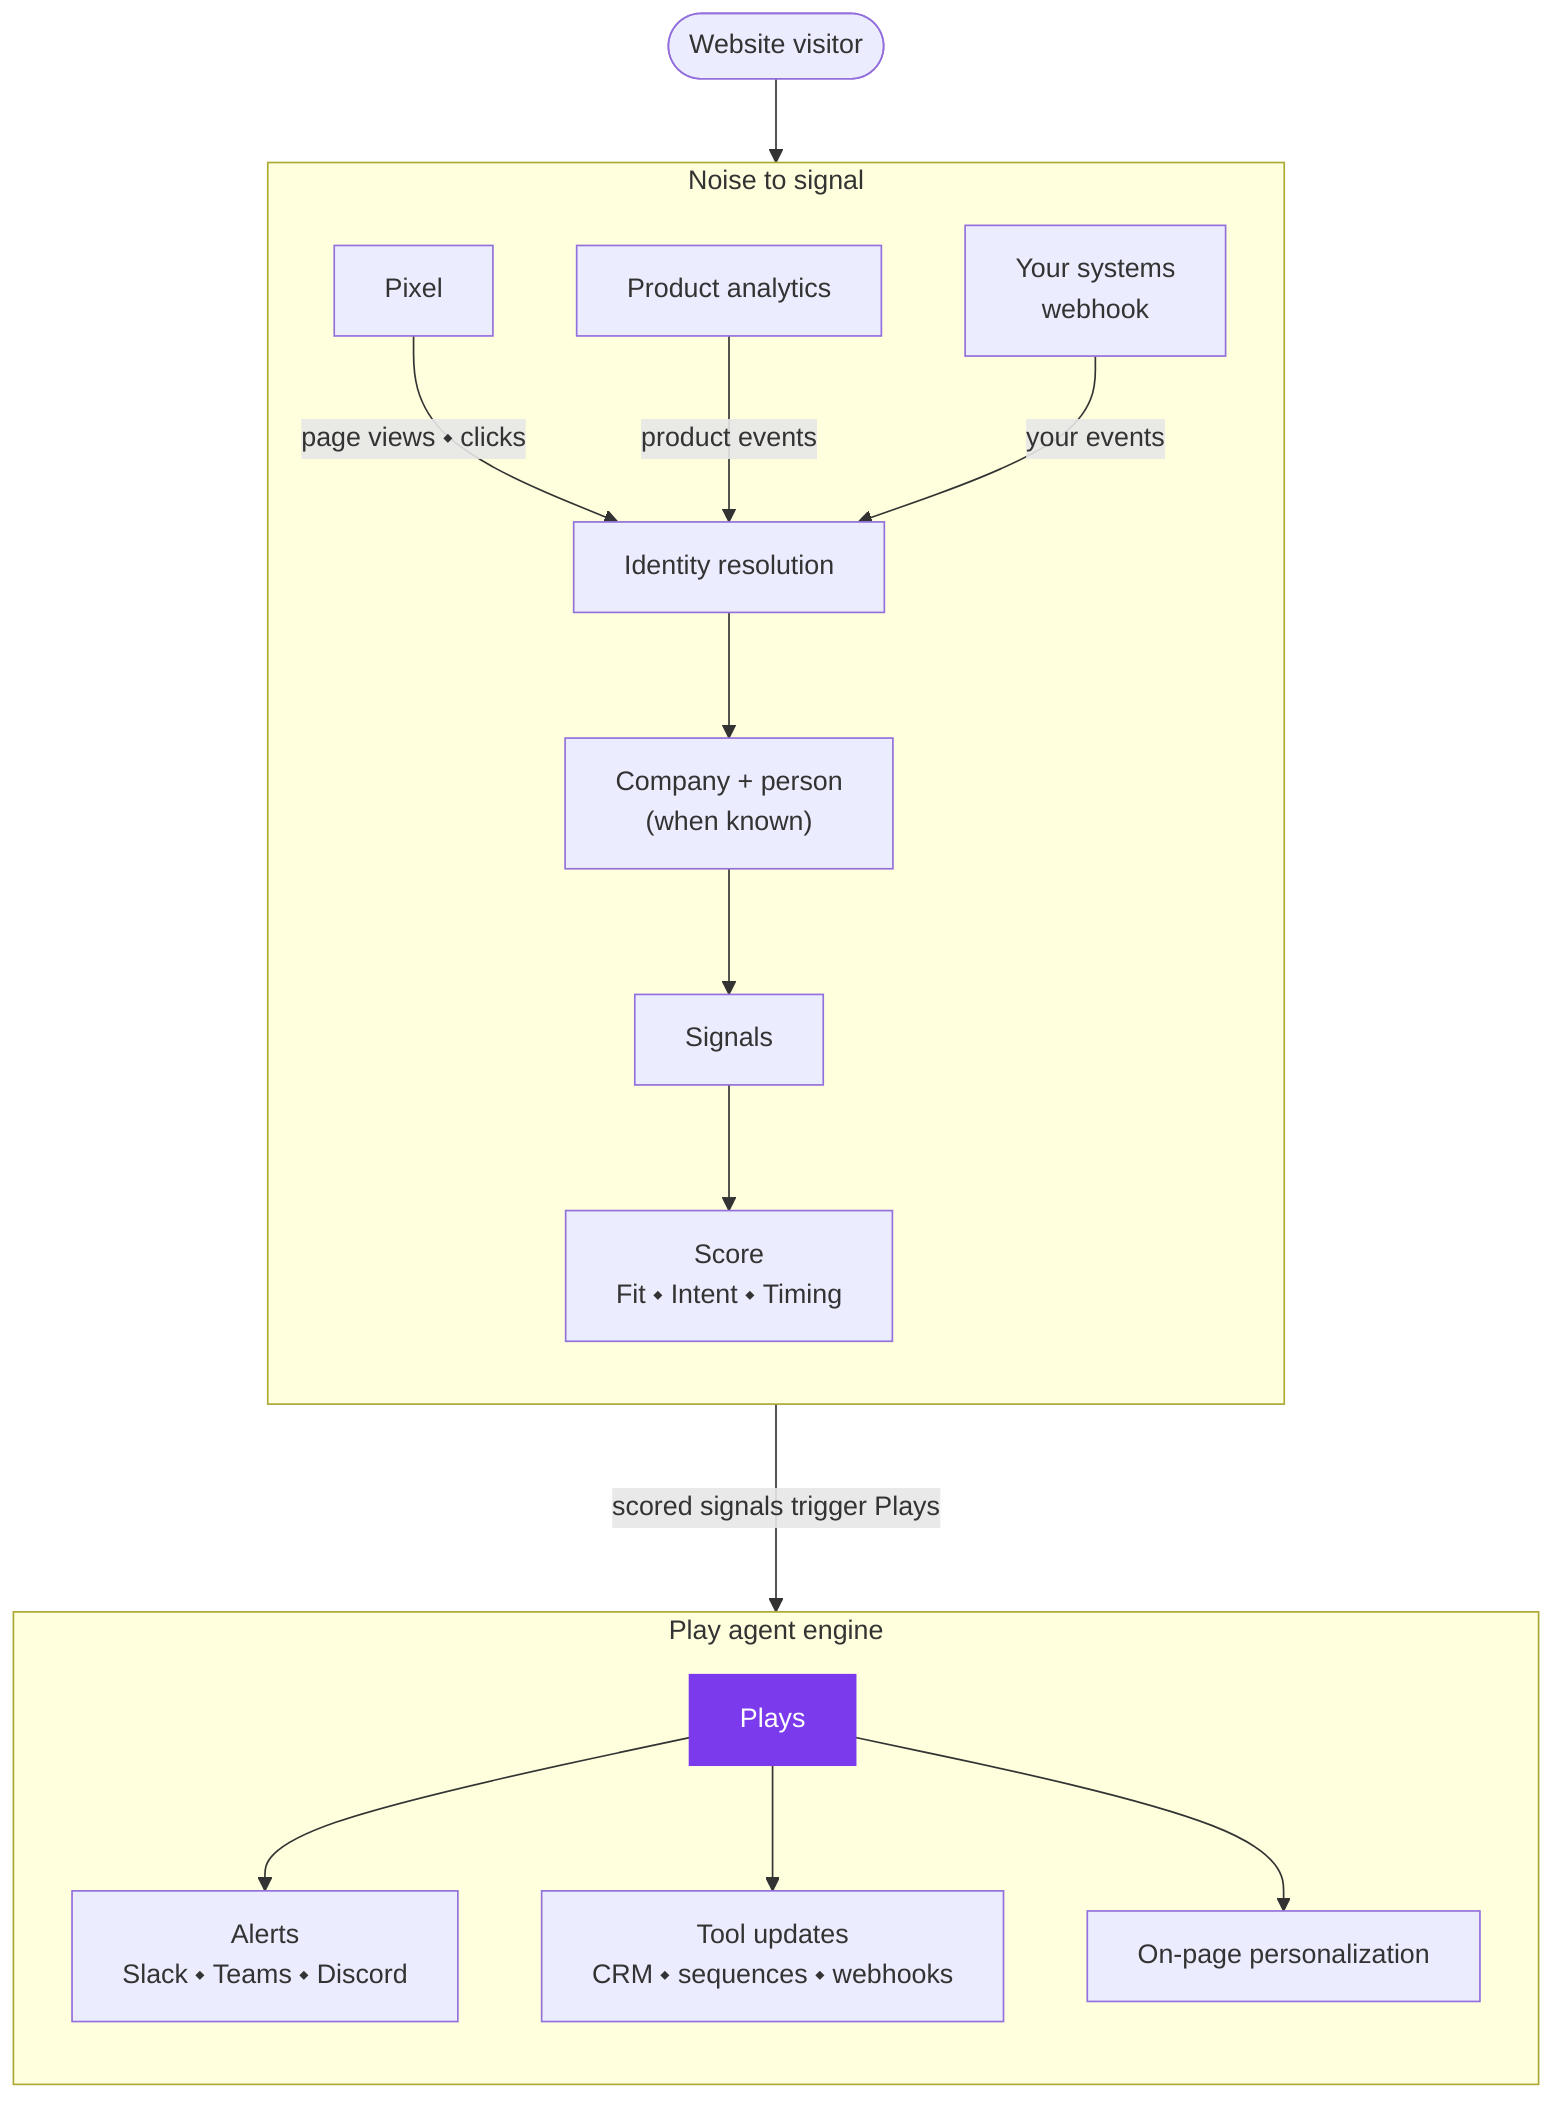
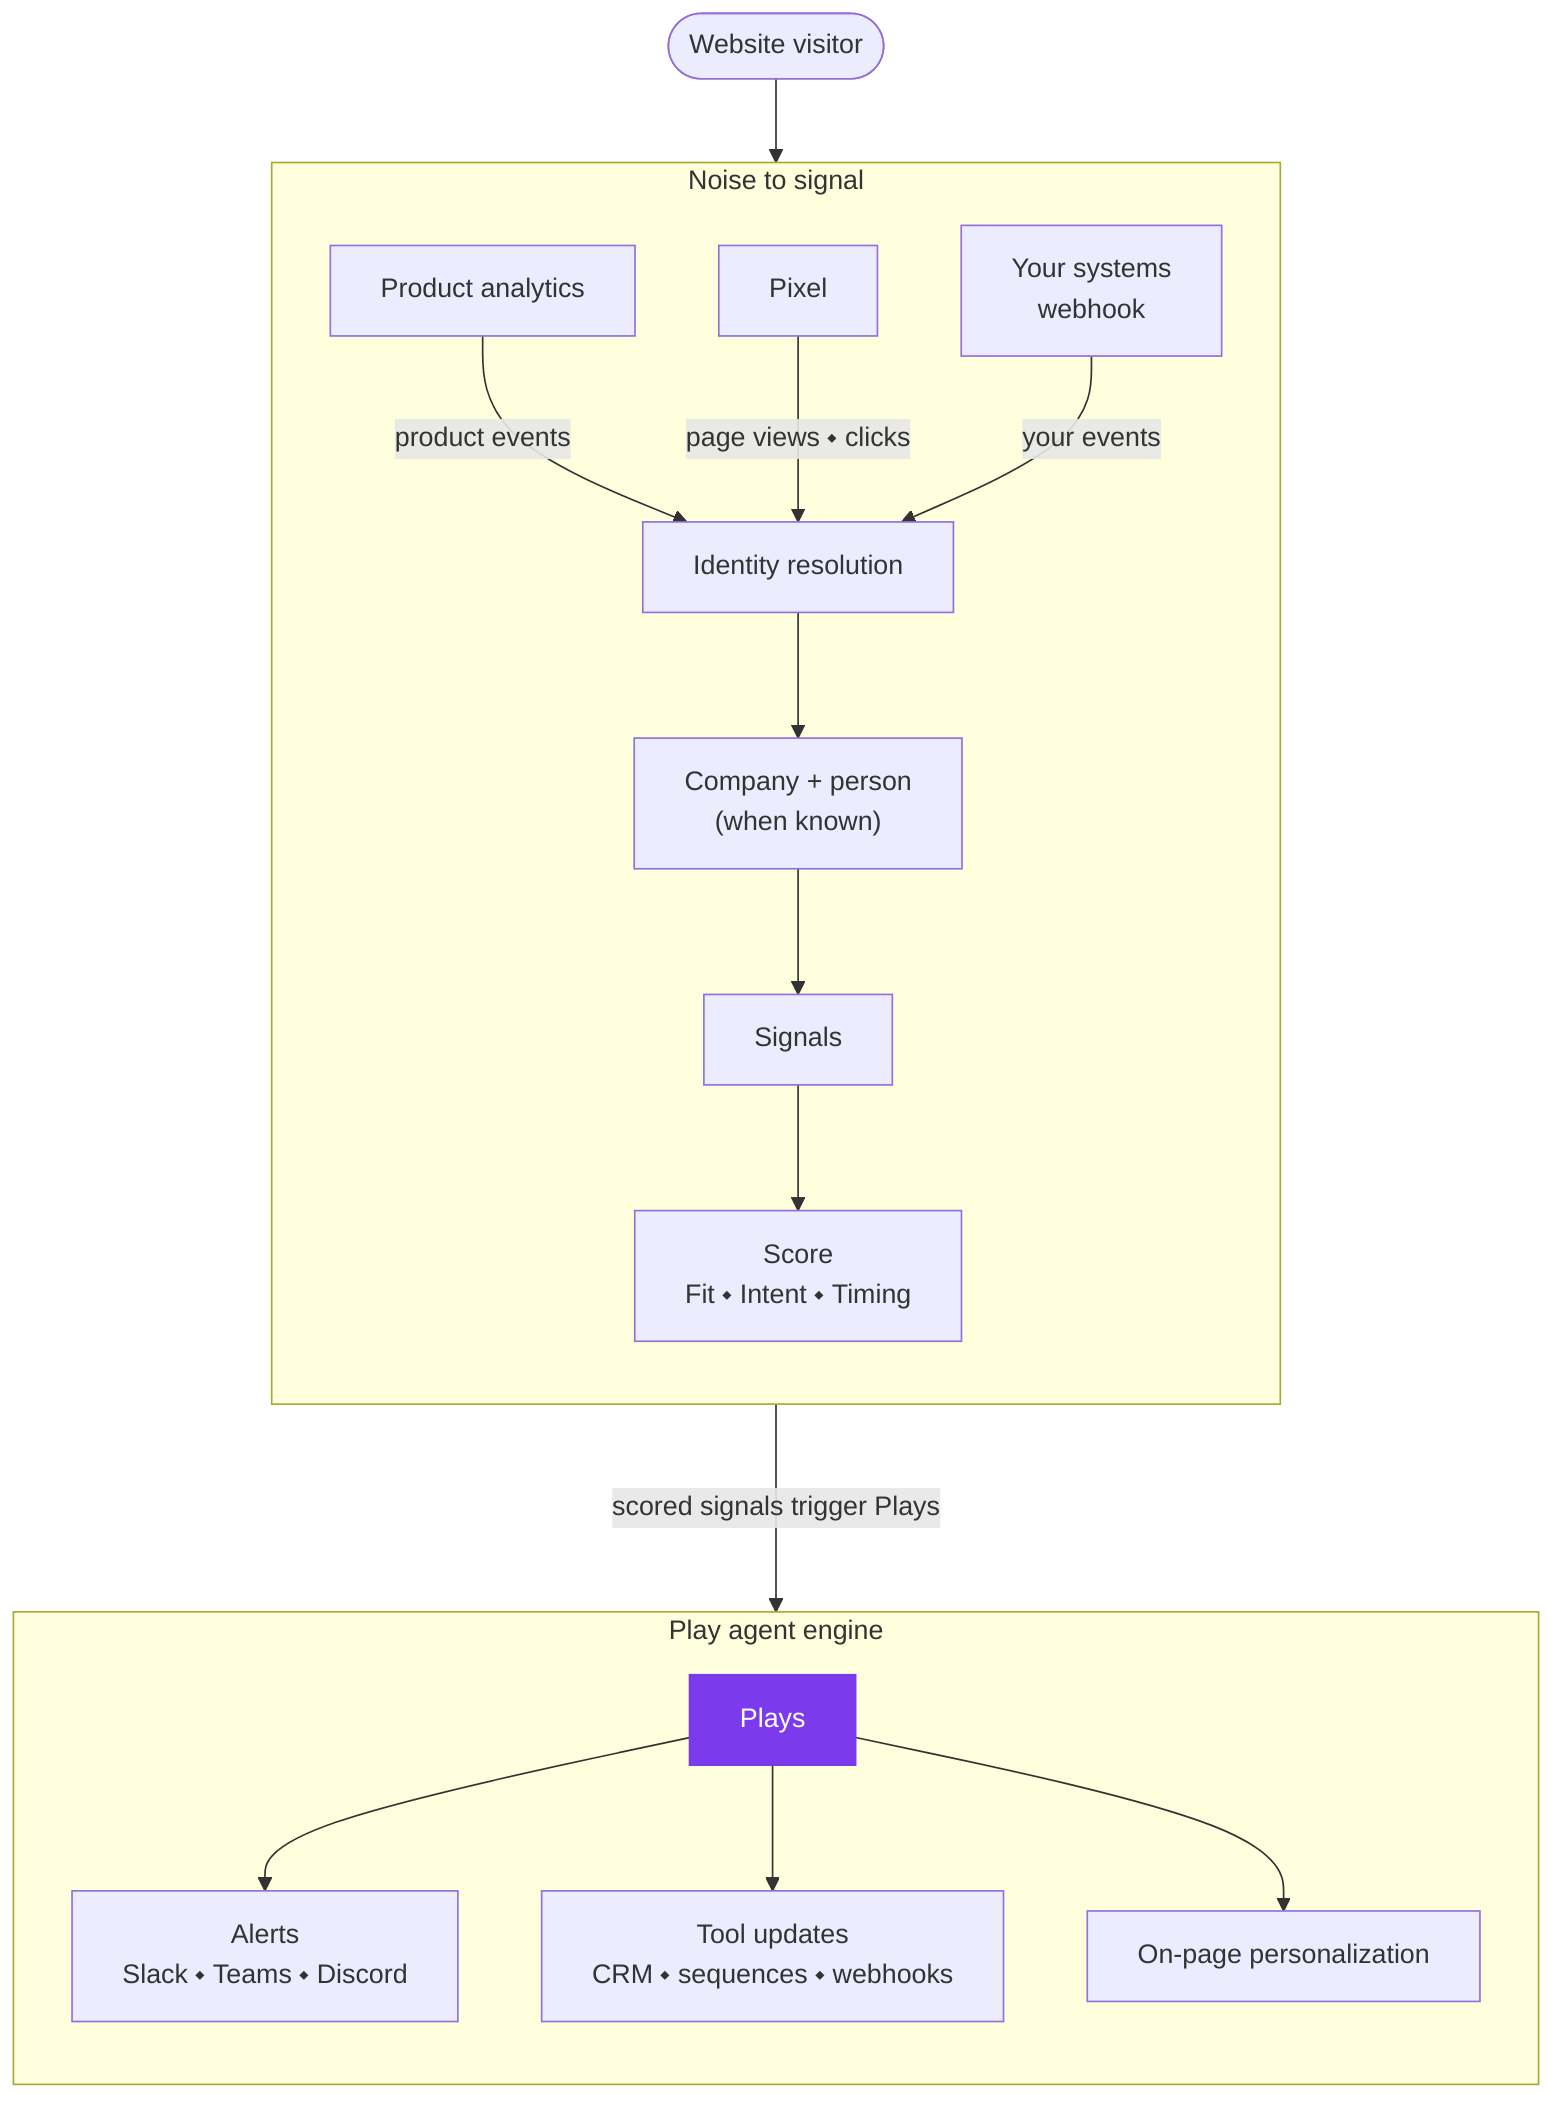
flowchart TB
    V([Website visitor]) --> P
    subgraph NS ["Noise to signal"]
        direction TB
-         P[Pixel] -->|"page views ⬩ clicks"| ID[Identity resolution]
-         PH[Product analytics] -->|"product events"| ID
+         PH[Product analytics] -->|"product events"| ID[Identity resolution]
+         P[Pixel] -->|"page views ⬩ clicks"| ID
        WH[Your systems<br/>webhook] -->|"your events"| ID
        ID --> CO["Company + person<br/>(when known)"]
        CO --> S[Signals]
        S --> SC["Score<br/>Fit&nbsp;⬩&nbsp;Intent&nbsp;⬩&nbsp;Timing"]
    end
    subgraph PE ["Play agent engine"]
        direction TB
        PL[Plays]:::accent --> O1["Alerts<br/>Slack&nbsp;⬩&nbsp;Teams&nbsp;⬩&nbsp;Discord"]
        PL --> O2["Tool updates<br/>CRM&nbsp;⬩&nbsp;sequences&nbsp;⬩&nbsp;webhooks"]
        PL --> O3["On-page personalization"]
    end
    SC --->|"scored signals trigger Plays"| PL
    classDef accent fill:#7C3AED,stroke:#7C3AED,color:#FFFFFF
